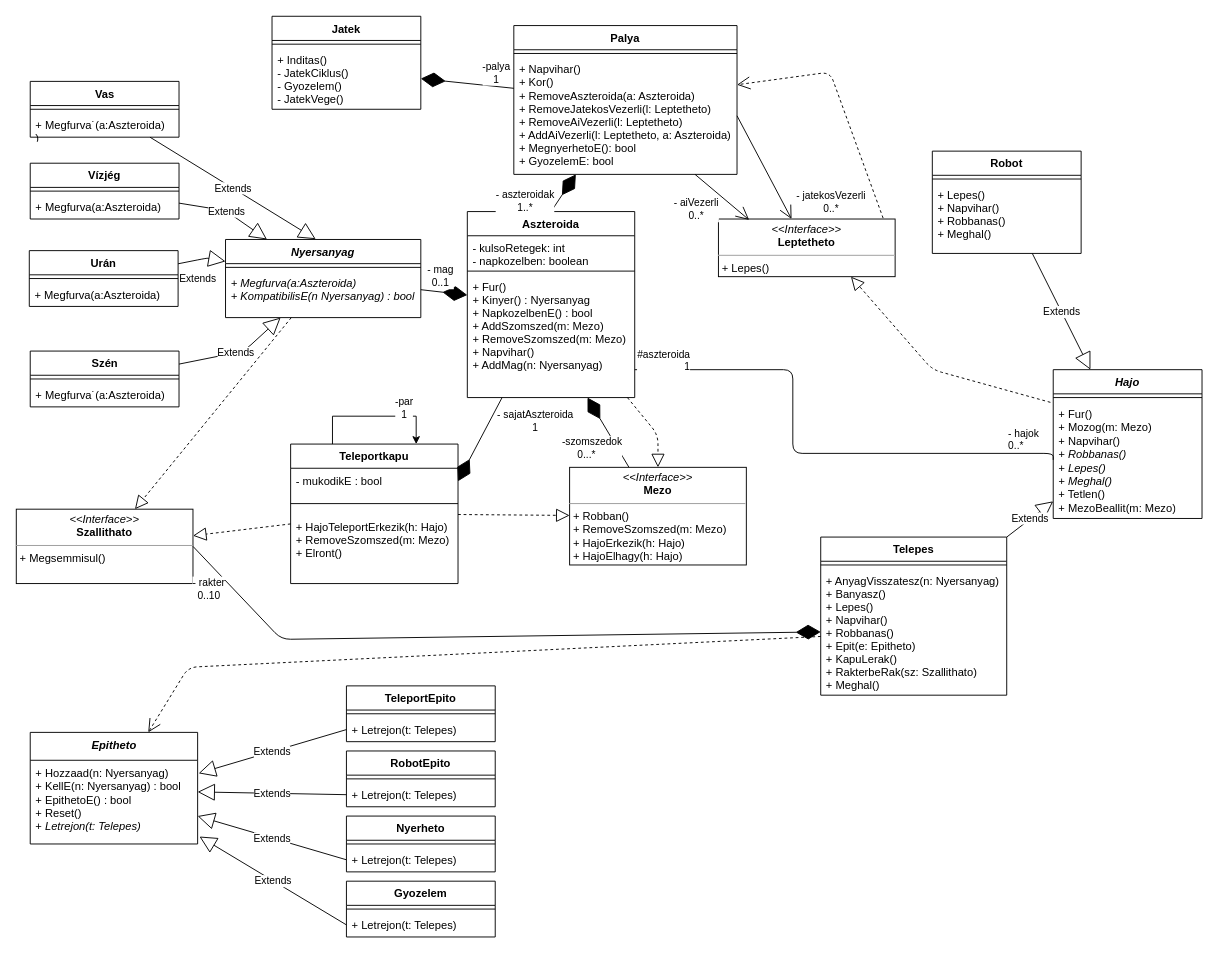
Earlier version of the draw.io diagram doc/uml/class.drawio (torpeBoiGo/aszteroidabanyaszat). Source tidied: cells renumbered, new cells numbered last; positions are measured from the earlier drawing's top-left corner, leaving out a move shared by most shapes. Both pictures are drawn from the tidied source at 93%, with x=0, y=0 at pixel (16, 16).
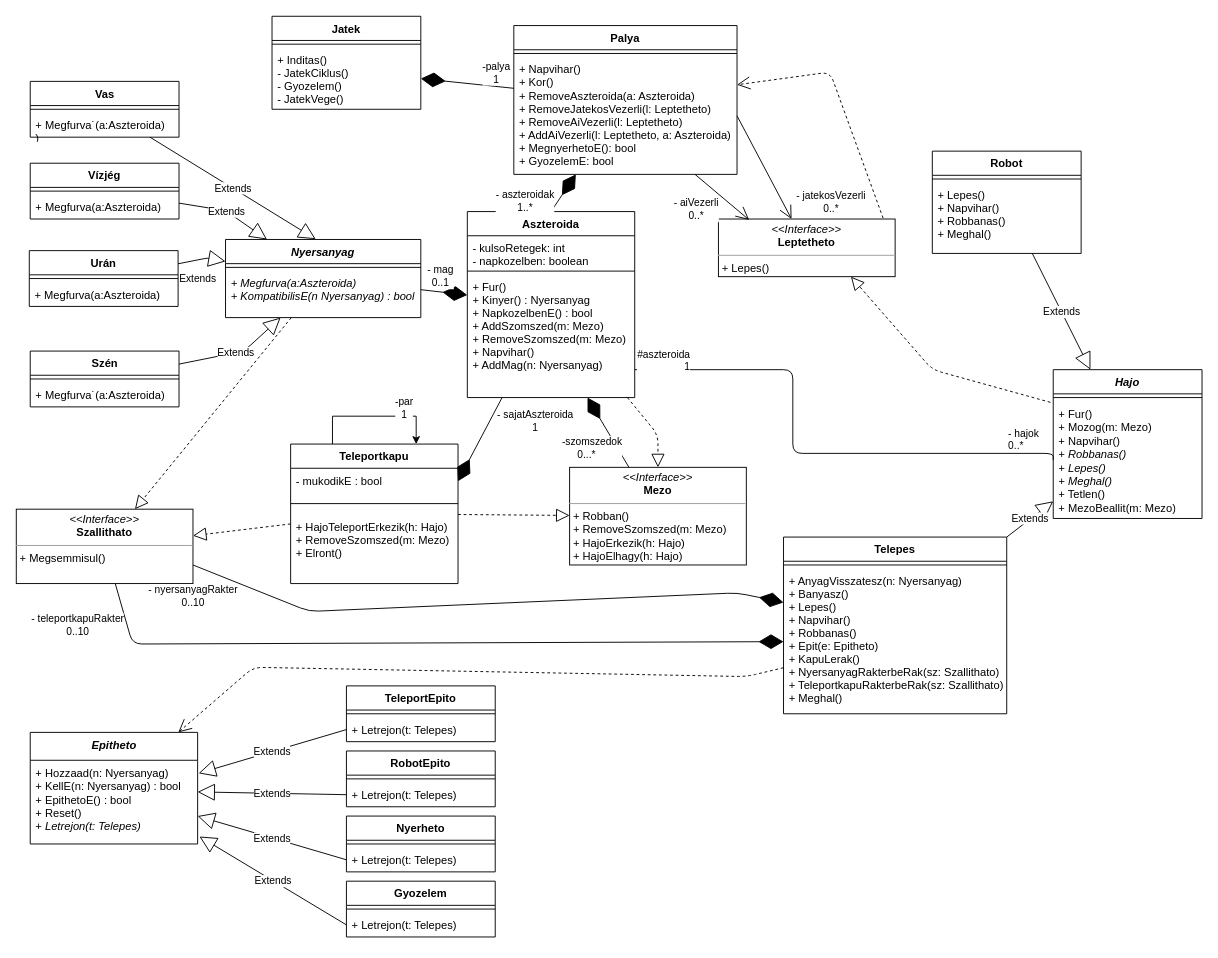
Above is the later version.

Commit message:
kapu és nyersanyag külön tárolva, ezeknek külön RakterbeRak függvény

The change refers to these unchanged cells:
```xml
<mxCell id="33" value="&lt;p style=&quot;margin: 0px ; margin-top: 4px ; text-align: center&quot;&gt;&lt;i&gt;&amp;lt;&amp;lt;Interface&amp;gt;&amp;gt;&lt;/i&gt;&lt;br&gt;&lt;b&gt;Szallithato&lt;/b&gt;&lt;/p&gt;&lt;hr size=&quot;1&quot;&gt;&lt;p style=&quot;margin: 0px ; margin-left: 4px&quot;&gt;&lt;/p&gt;&lt;p style=&quot;margin: 0px ; margin-left: 4px&quot;&gt;+ Megsemmisul()&lt;/p&gt;" style="verticalAlign=top;align=left;overflow=fill;fontSize=12;fontFamily=Helvetica;html=1;" parent="1" vertex="1">
  <mxGeometry y="530" width="190" height="80" as="geometry" />
</mxCell>
<mxCell id="59" value="Epitheto" style="swimlane;fontStyle=3;align=center;verticalAlign=top;horizontal=1;startSize=30;html=1;" parent="1" vertex="1">
  <mxGeometry x="15" y="770" width="180" height="120" as="geometry" />
</mxCell>
```

Diff of the diagram source:
```diff
@@
     <mxCell id="16" value="Telepes" style="swimlane;fontStyle=1;align=center;verticalAlign=top;horizontal=1;startSize=26;" parent="1" vertex="1">
-      <mxGeometry x="865" y="560" width="200" height="170" as="geometry" />
+      <mxGeometry x="825" y="560" width="240" height="190" as="geometry" />
     </mxCell>
     <mxCell id="17" style="line;strokeWidth=1;fillColor=none;align=left;verticalAlign=middle;spacingTop=-1;spacingLeft=3;spacingRight=3;labelPosition=right;" parent="16" vertex="1">
-      <mxGeometry y="26" width="200" height="8" as="geometry" />
+      <mxGeometry y="26" width="240" height="8" as="geometry" />
     </mxCell>
-    <mxCell id="18" value="+ AnyagVisszatesz(n: Nyersanyag)&#10;+ Banyasz()&#10;+ Lepes()&#10;+ Napvihar()&#10;+ Robbanas()&#10;+ Epit(e: Epitheto)&#10;+ KapuLerak()&#10;+ RakterbeRak(sz: Szallithato)&#10;+ Meghal()" style="text;strokeColor=none;fillColor=none;align=left;verticalAlign=top;spacingLeft=4;spacingRight=4;overflow=hidden;points=[[0,0.5],[1,0.5]];portConstraint=eastwest;" parent="16" vertex="1">
-      <mxGeometry y="34" width="200" height="136" as="geometry" />
+    <mxCell id="18" value="+ AnyagVisszatesz(n: Nyersanyag)&#10;+ Banyasz()&#10;+ Lepes()&#10;+ Napvihar()&#10;+ Robbanas()&#10;+ Epit(e: Epitheto)&#10;+ KapuLerak()&#10;+ NyersanyagRakterbeRak(sz: Szallithato)&#10;+ TeleportkapuRakterbeRak(sz: Szallithato)&#10;+ Meghal()" style="text;strokeColor=none;fillColor=none;align=left;verticalAlign=top;spacingLeft=4;spacingRight=4;overflow=hidden;points=[[0,0.5],[1,0.5]];portConstraint=eastwest;" parent="16" vertex="1">
+      <mxGeometry y="34" width="240" height="156" as="geometry" />
     </mxCell>
@@
-    <mxCell id="39" style="endArrow=diamondThin;endFill=1;endSize=24;html=1;exitX=1;exitY=0.5;exitDx=0;exitDy=0;entryX=0;entryY=0.5;entryDx=0;entryDy=0;" parent="1" edge="1" source="33" target="18">
+    <mxCell id="39" style="endArrow=diamondThin;endFill=1;endSize=24;html=1;exitX=1;exitY=0.75;exitDx=0;exitDy=0;" parent="1" edge="1" source="33" target="16">
       <mxGeometry relative="1" as="geometry">
         <Array as="points">
-          <mxPoint x="285" y="670" />
+          <mxPoint x="315" y="640" />
+          <mxPoint x="775" y="620" />
         </Array>
       </mxGeometry>
     </mxCell>
-    <mxCell id="40" value="- rakter&lt;br&gt;0..10" style="edgeLabel;html=1;align=center;verticalAlign=middle;" parent="39" vertex="1">
+    <mxCell id="40" value="- nyersanyagRakter&lt;br&gt;0..10" style="edgeLabel;html=1;align=center;verticalAlign=middle;" parent="39" vertex="1">
       <mxGeometry x="0.89" y="-6" relative="1" as="geometry">
-        <mxPoint x="-619.1" y="-53.2" as="offset" />
+        <mxPoint x="-600" y="-5.2" as="offset" />
       </mxGeometry>
     </mxCell>
@@
     <mxCell id="89" style="endArrow=open;html=1;strokeWidth=1;endSize=12;endFill=0;dashed=1;" parent="1" edge="1" source="18" target="59">
       <mxGeometry relative="1" as="geometry">
         <Array as="points">
-          <mxPoint x="185" y="700" />
+          <mxPoint x="785" y="710" />
+          <mxPoint x="255" y="700" />
         </Array>
       </mxGeometry>
     </mxCell>
@@
+    <mxCell id="95" style="endArrow=diamondThin;endFill=1;endSize=24;html=1;" parent="1" edge="1" source="33" target="18">
+      <mxGeometry relative="1" as="geometry">
+        <Array as="points">
+          <mxPoint x="125" y="675" />
+        </Array>
+      </mxGeometry>
+    </mxCell>
+    <mxCell id="96" value="- teleportkapuRakter&lt;br&gt;0..10" style="edgeLabel;html=1;align=center;verticalAlign=middle;" parent="95" vertex="1">
+      <mxGeometry x="0.89" y="-6" relative="1" as="geometry">
+        <mxPoint x="-716.7" y="-23.6" as="offset" />
+      </mxGeometry>
+    </mxCell>
```
